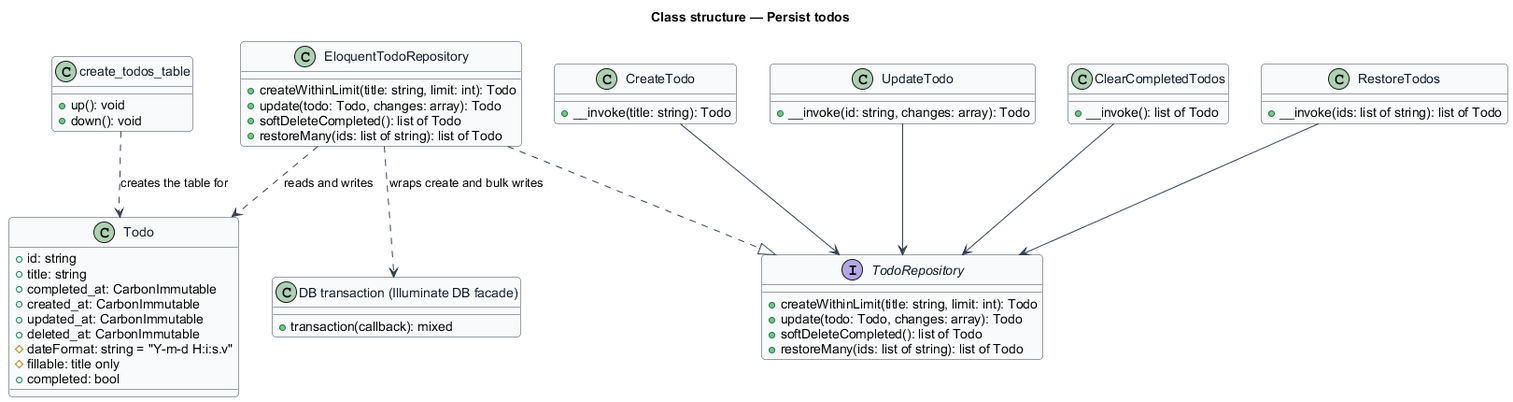
Above: docs/detailed-designs/api-platform/persist-todos/diagrams/class-structure.png in QuinntyneBrown/php-todo-lab (PlantUML), before the change.
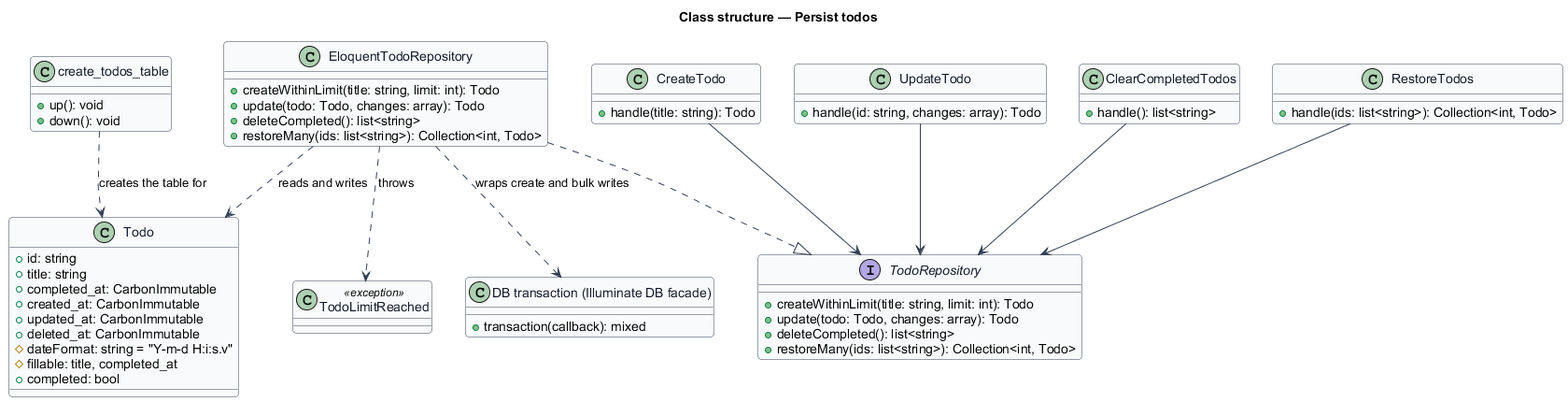
The same file after the commit.

Diff of the diagram source:
```diff
@@ -24,38 +24,40 @@
   +updated_at: CarbonImmutable
   +deleted_at: CarbonImmutable
   #dateFormat: string = "Y-m-d H:i:s.v"
-  #fillable: title only
+  #fillable: title, completed_at
   +completed: bool
 }
 
 interface TodoRepository {
   +createWithinLimit(title: string, limit: int): Todo
   +update(todo: Todo, changes: array): Todo
-  +softDeleteCompleted(): list of Todo
-  +restoreMany(ids: list of string): list of Todo
+  +deleteCompleted(): list<string>
+  +restoreMany(ids: list<string>): Collection<int, Todo>
 }
 
 class EloquentTodoRepository {
   +createWithinLimit(title: string, limit: int): Todo
   +update(todo: Todo, changes: array): Todo
-  +softDeleteCompleted(): list of Todo
-  +restoreMany(ids: list of string): list of Todo
+  +deleteCompleted(): list<string>
+  +restoreMany(ids: list<string>): Collection<int, Todo>
 }
 
+class TodoLimitReached <<exception>>
+
 class CreateTodo {
-  +__invoke(title: string): Todo
+  +handle(title: string): Todo
 }
 
 class UpdateTodo {
-  +__invoke(id: string, changes: array): Todo
+  +handle(id: string, changes: array): Todo
 }
 
 class ClearCompletedTodos {
-  +__invoke(): list of Todo
+  +handle(): list<string>
 }
 
 class RestoreTodos {
-  +__invoke(ids: list of string): list of Todo
+  +handle(ids: list<string>): Collection<int, Todo>
 }
 
 class "DB transaction (Illuminate DB facade)" as Transaction {
@@ -69,5 +71,6 @@
 EloquentTodoRepository ..|> TodoRepository
 EloquentTodoRepository ..> Todo : reads and writes
 EloquentTodoRepository ..> Transaction : wraps create and bulk writes
+EloquentTodoRepository ..> TodoLimitReached : throws
 Migration ..> Todo : creates the table for
 @enduml
```
